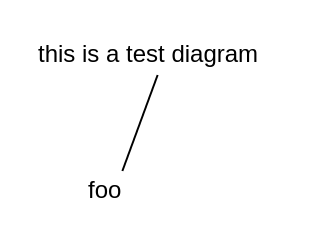
Before: page "Tab 1" (1 of 2) of data/test.drawio in JesseAldridge/draw.io-search, a draw.io diagram. Source tidied: cells renumbered, new cells numbered last; positions are measured from the earlier drawing's top-left corner, leaving out a move shared by most shapes. Both pictures are drawn from the tidied source at 200%, with x=0, y=0 at pixel (34, 34).
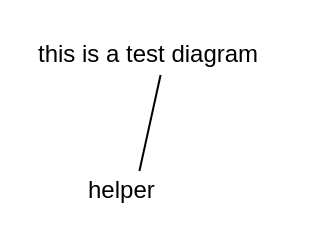
Above is the later version.

What changed in the source:
```diff
@@
 <mxGraphModel>
   <root>
     <mxCell id="0" />
     <mxCell id="1" parent="0" />
     <mxCell id="2" value="this is a test diagram" style="text;html=1;points=[];align=left;verticalAlign=top;spacingTop=-4;" parent="1" vertex="1">
       <mxGeometry width="130" height="20" as="geometry" />
     </mxCell>
-    <mxCell id="3" value="foo" style="text;html=1;points=[];align=left;verticalAlign=top;spacingTop=-4;" parent="1" vertex="1">
-      <mxGeometry x="25" y="68" width="30" height="20" as="geometry" />
+    <mxCell id="3" value="helper" style="text;html=1;points=[];align=left;verticalAlign=top;spacingTop=-4;" parent="1" vertex="1">
+      <mxGeometry x="25" y="68" width="50" height="20" as="geometry" />
     </mxCell>
     <mxCell id="4" style="endArrow=none;html=1;" parent="1" edge="1" source="3" target="2">
       <mxGeometry relative="1" as="geometry" />
     </mxCell>
   </root>
 </mxGraphModel>
```
